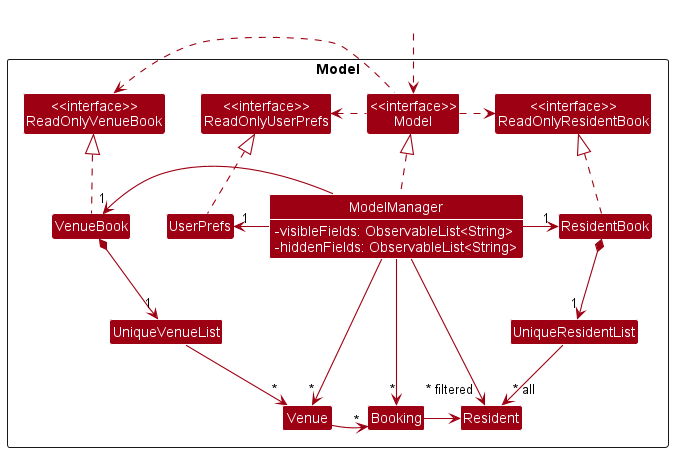
This is docs/images/ModelClassDiagram.png from nus-cs2103-AY2223S1/tp, a PlantUML export, as it was before one commit.
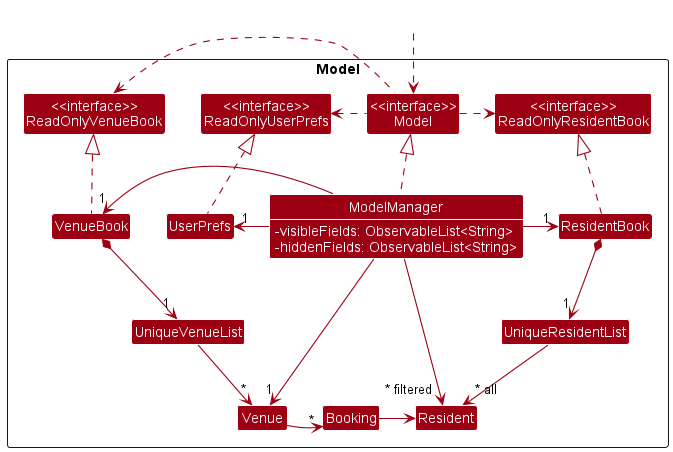
The same file after the commit.

Commit message:
Update Venue Booking DG implementation section

The edit, as a diff of the source:
```diff
@@ -37,8 +37,7 @@
 Model .left.> ReadOnlyVenueBook
 ModelManager -right-> "1" ResidentBook
 ModelManager -left-> "1" UserPrefs
-ModelManager --> "~*" Venue
-ModelManager --> "~*" Booking
+ModelManager --> "1" Venue
 ModelManager --> " 1" VenueBook
 
 ResidentBook *--> "1" UniqueResidentList
```
